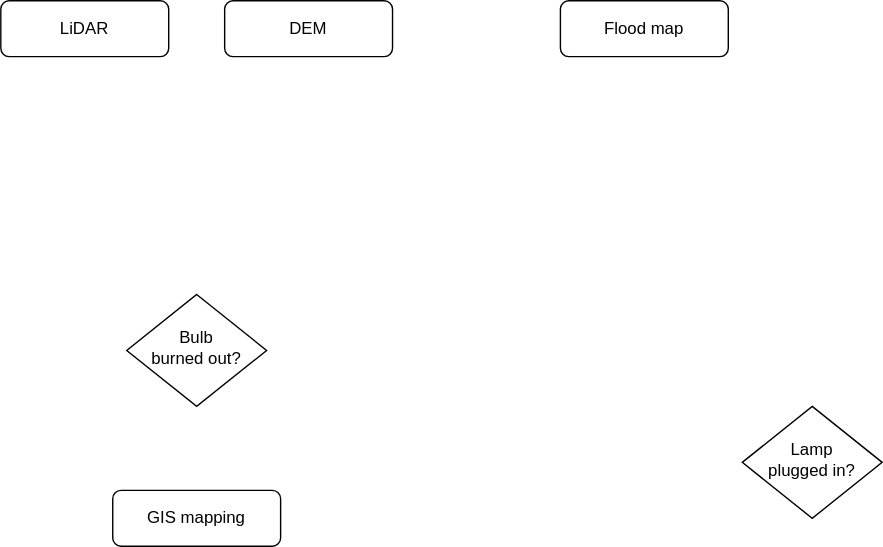
Earlier version of the draw.io export Flow-Planning.drawio.svg (anixn/Diagrams.net). Source tidied: cells renumbered, new cells last; positions are measured from the earlier drawing's top-left corner, leaving out a move shared by most shapes.
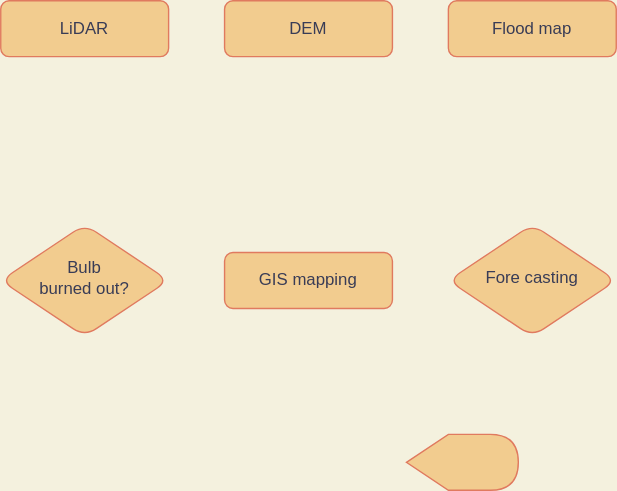
The same diagram one commit later.

The edit, as a diff of the source:
```diff
@@ -1,24 +1,27 @@
-<mxGraphModel>
+<mxGraphModel background="#F4F1DE">
   <root>
     <mxCell id="0" />
     <mxCell id="1" parent="0" />
-    <mxCell id="2" value="LiDAR" style="rounded=1;whiteSpace=wrap;html=1;fontSize=12;glass=0;strokeWidth=1;shadow=0;" parent="1" vertex="1">
+    <mxCell id="2" value="LiDAR" style="rounded=1;whiteSpace=wrap;html=1;fontSize=12;glass=0;strokeWidth=1;shadow=0;fillColor=#F2CC8F;strokeColor=#E07A5F;fontColor=#393C56;" parent="1" vertex="1">
       <mxGeometry width="120" height="40" as="geometry" />
     </mxCell>
-    <mxCell id="3" value="Lamp&lt;br&gt;plugged in?" style="rhombus;whiteSpace=wrap;html=1;shadow=0;fontFamily=Helvetica;fontSize=12;align=center;strokeWidth=1;spacing=6;spacingTop=-4;" parent="1" vertex="1">
-      <mxGeometry x="530" y="290" width="100" height="80" as="geometry" />
+    <mxCell id="3" value="Fore casting" style="rhombus;whiteSpace=wrap;html=1;shadow=0;fontFamily=Helvetica;fontSize=12;align=center;strokeWidth=1;spacing=6;spacingTop=-4;rounded=1;fillColor=#F2CC8F;strokeColor=#E07A5F;fontColor=#393C56;" parent="1" vertex="1">
+      <mxGeometry x="320" y="160" width="120" height="80" as="geometry" />
     </mxCell>
-    <mxCell id="4" value="DEM" style="rounded=1;whiteSpace=wrap;html=1;fontSize=12;glass=0;strokeWidth=1;shadow=0;" parent="1" vertex="1">
+    <mxCell id="4" value="DEM" style="rounded=1;whiteSpace=wrap;html=1;fontSize=12;glass=0;strokeWidth=1;shadow=0;fillColor=#F2CC8F;strokeColor=#E07A5F;fontColor=#393C56;" parent="1" vertex="1">
       <mxGeometry x="160" width="120" height="40" as="geometry" />
     </mxCell>
-    <mxCell id="5" value="Bulb&lt;br&gt;burned out?" style="rhombus;whiteSpace=wrap;html=1;shadow=0;fontFamily=Helvetica;fontSize=12;align=center;strokeWidth=1;spacing=6;spacingTop=-4;" parent="1" vertex="1">
-      <mxGeometry x="90" y="210" width="100" height="80" as="geometry" />
+    <mxCell id="5" value="Bulb&lt;br&gt;burned out?" style="rhombus;whiteSpace=wrap;html=1;shadow=0;fontFamily=Helvetica;fontSize=12;align=center;strokeWidth=1;spacing=6;spacingTop=-4;rounded=1;fillColor=#F2CC8F;strokeColor=#E07A5F;fontColor=#393C56;" parent="1" vertex="1">
+      <mxGeometry y="160" width="120" height="80" as="geometry" />
     </mxCell>
-    <mxCell id="6" value="GIS mapping" style="rounded=1;whiteSpace=wrap;html=1;fontSize=12;glass=0;strokeWidth=1;shadow=0;" parent="1" vertex="1">
-      <mxGeometry x="80" y="350" width="120" height="40" as="geometry" />
+    <mxCell id="6" value="GIS mapping" style="rounded=1;whiteSpace=wrap;html=1;fontSize=12;glass=0;strokeWidth=1;shadow=0;fillColor=#F2CC8F;strokeColor=#E07A5F;fontColor=#393C56;" parent="1" vertex="1">
+      <mxGeometry x="160" y="180" width="120" height="40" as="geometry" />
     </mxCell>
-    <mxCell id="7" value="Flood map" style="rounded=1;whiteSpace=wrap;html=1;fontSize=12;glass=0;strokeWidth=1;shadow=0;" parent="1" vertex="1">
-      <mxGeometry x="400" width="120" height="40" as="geometry" />
+    <mxCell id="7" value="Flood map" style="rounded=1;whiteSpace=wrap;html=1;fontSize=12;glass=0;strokeWidth=1;shadow=0;fillColor=#F2CC8F;strokeColor=#E07A5F;fontColor=#393C56;" parent="1" vertex="1">
+      <mxGeometry x="320" width="120" height="40" as="geometry" />
     </mxCell>
+    <mxCell id="8" style="shape=display;whiteSpace=wrap;html=1;rounded=1;fontSize=16;size=0.375;fillColor=#F2CC8F;strokeColor=#E07A5F;fontColor=#393C56;" parent="1" vertex="1">
+      <mxGeometry x="290" y="310" width="80" height="40" as="geometry" />
+    </mxCell>
   </root>
 </mxGraphModel>
```
